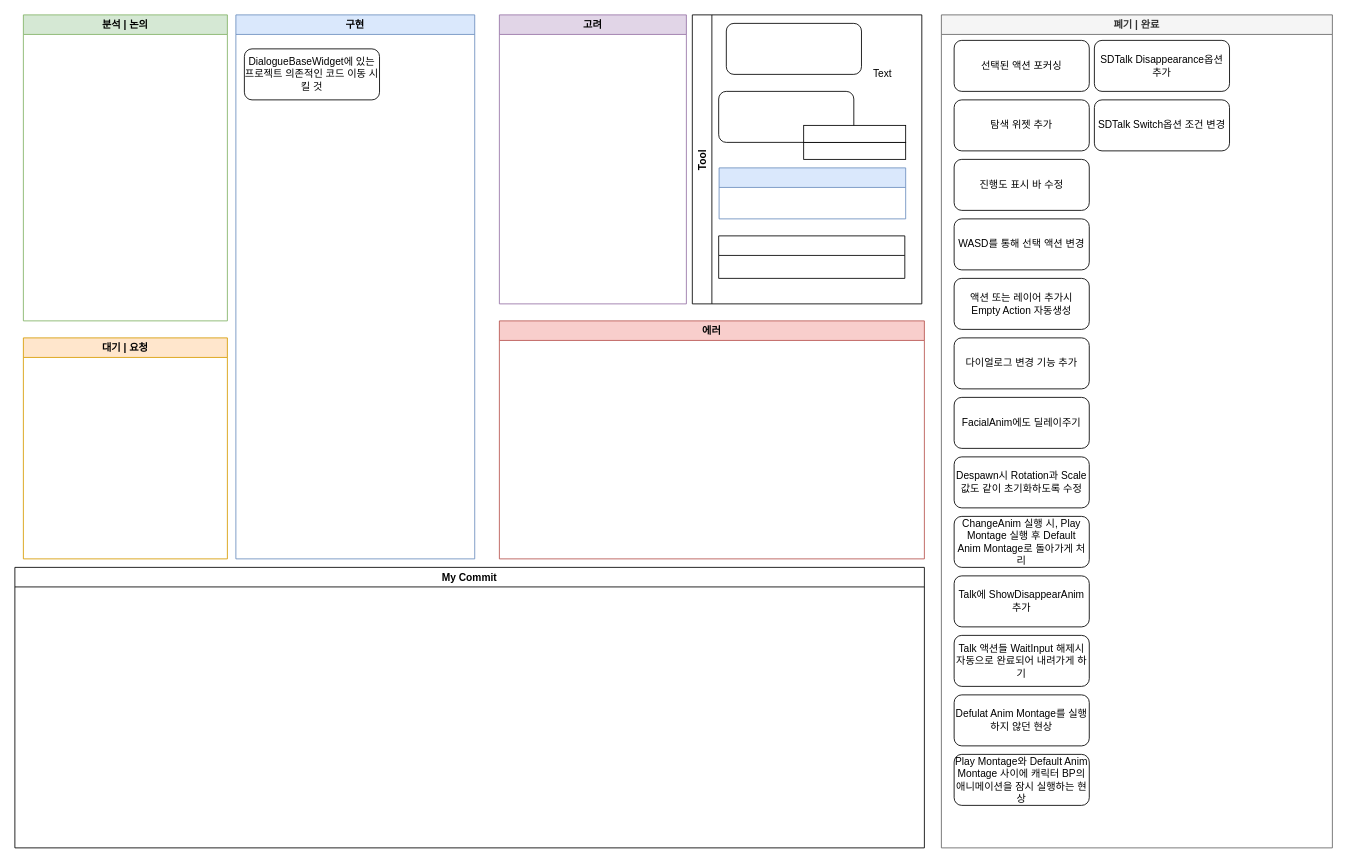
Endorr/Job-Board keeps this draw.io diagram as 다이얼로그 툴 진행상황.drawio. Above is the earlier version. Source tidied: cells renumbered, new cells numbered last; positions are measured from the earlier drawing's top-left corner, leaving out a move shared by most shapes. Both pictures are drawn from the tidied source at 85%, with x=0, y=0 at pixel (14, 14).
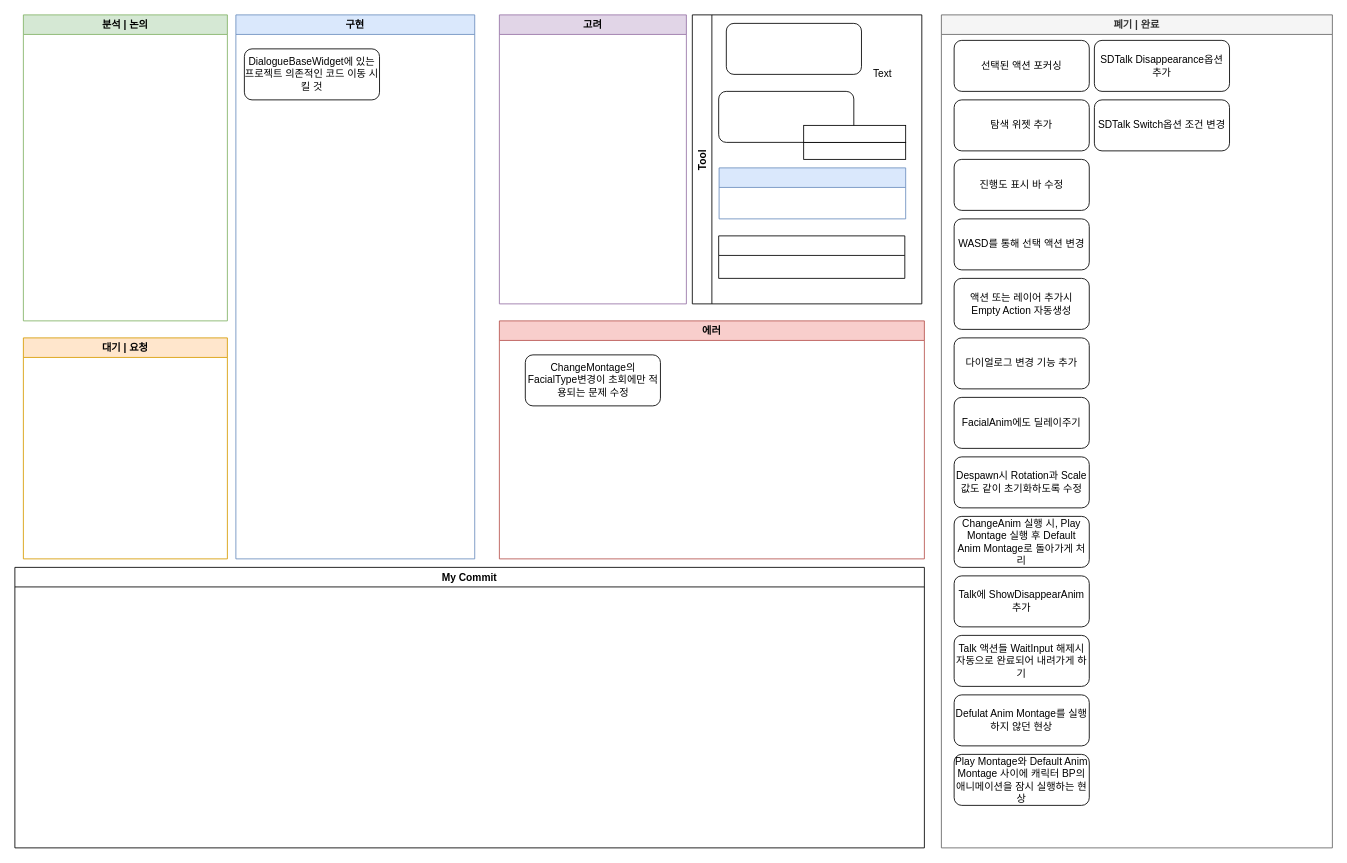
After the change.

Commit message:
Update 다이얼로그 툴 진행상황.drawio

The change refers to these unchanged cells:
```xml
<mxCell id="7" value="에러" style="swimlane;fillColor=#f8cecc;strokeColor=#b85450;" parent="1" vertex="1">
  <mxGeometry x="570" y="360" width="500" height="280" as="geometry" />
</mxCell>
```

Change to the diagram source:
```diff
@@
+    <mxCell id="34" value="ChangeMontage의 FacialType변경이 초회에만 적용되는 문제 수정" style="rounded=1;whiteSpace=wrap;html=1;" parent="7" vertex="1">
+      <mxGeometry x="30.5" y="40" width="159" height="60" as="geometry" />
+    </mxCell>
```
